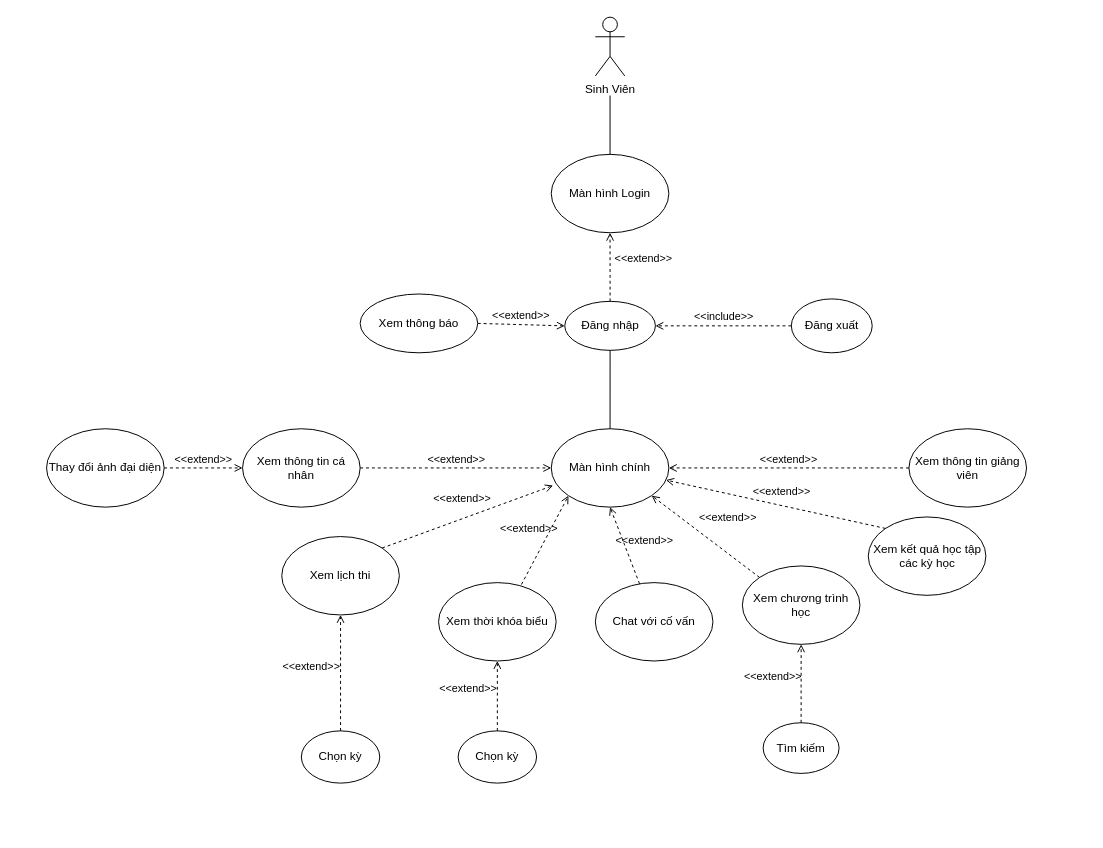
Earlier version of the draw.io diagram page "Use case student" (7 of 9) of Untitled Diagram.drawio (NguyenThao1912/PTTKHTpicture). Source tidied: cells renumbered, new cells numbered last; positions are measured from the earlier drawing's top-left corner, leaving out a move shared by most shapes. Both pictures are drawn from the tidied source at 98%, with x=0, y=0 at pixel (46, 17).
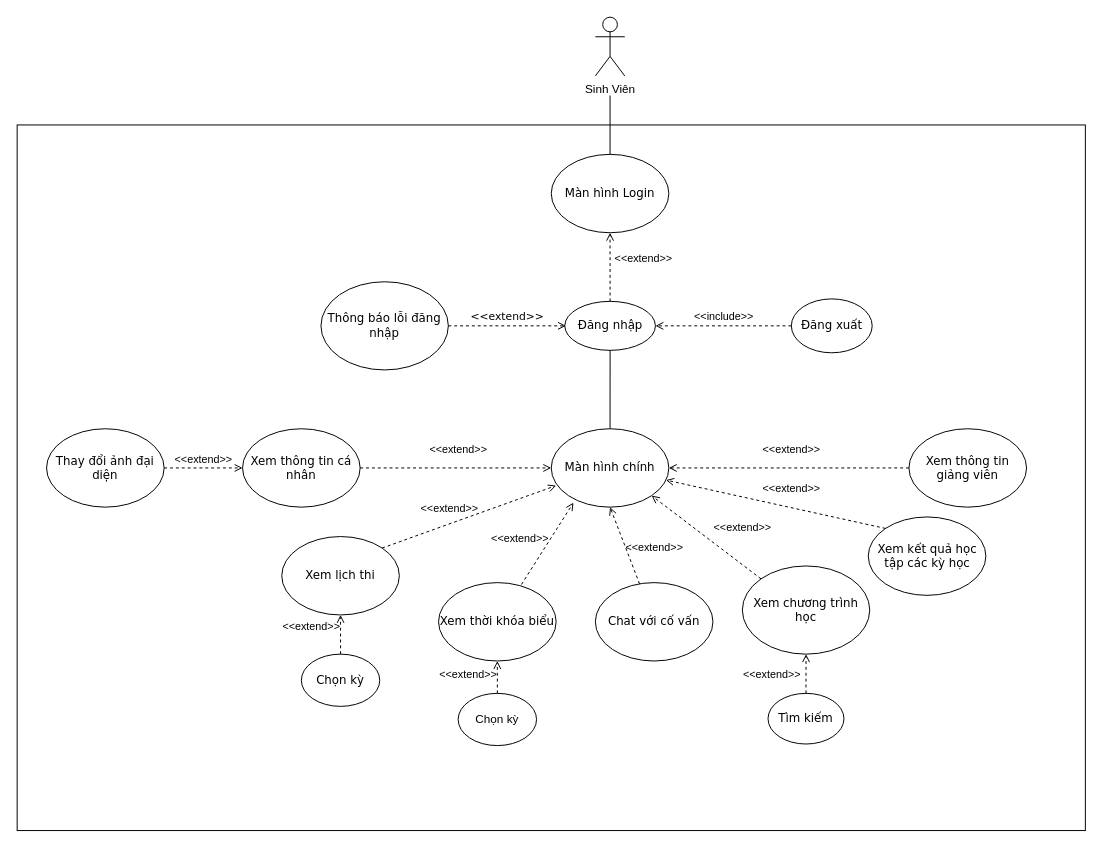
The same page after the edit.

Diff of the diagram source:
```diff
@@
+    <mxCell id="35" style="rounded=0;whiteSpace=wrap;html=1;fontFamily=Verdana;" parent="1" vertex="1">
+      <mxGeometry x="-30" y="110" width="1090" height="720" as="geometry" />
+    </mxCell>
@@
-    <mxCell id="3" value="Đăng nhập" style="ellipse;whiteSpace=wrap;html=1;" parent="1" vertex="1">
+    <mxCell id="3" value="Đăng nhập" style="ellipse;whiteSpace=wrap;html=1;fontFamily=Verdana;" parent="1" vertex="1">
       <mxGeometry x="528.8" y="290" width="92.5" height="50" as="geometry" />
     </mxCell>
-    <mxCell id="4" value="Màn hình Login" style="ellipse;whiteSpace=wrap;html=1;" parent="1" vertex="1">
+    <mxCell id="4" value="Màn hình Login" style="ellipse;whiteSpace=wrap;html=1;fontFamily=Verdana;" parent="1" vertex="1">
       <mxGeometry x="515" y="140" width="120" height="80" as="geometry" />
     </mxCell>
@@
-    <mxCell id="6" value="Đăng xuất" style="ellipse;whiteSpace=wrap;html=1;" parent="1" vertex="1">
+    <mxCell id="6" value="Đăng xuất" style="ellipse;whiteSpace=wrap;html=1;fontFamily=Verdana;" parent="1" vertex="1">
       <mxGeometry x="760" y="287.5" width="82.5" height="55" as="geometry" />
     </mxCell>
-    <mxCell id="7" value="Xem thông báo" style="ellipse;whiteSpace=wrap;html=1;" parent="1" vertex="1">
-      <mxGeometry x="320" y="282.5" width="120" height="60" as="geometry" />
-    </mxCell>
@@
-    <mxCell id="9" value="&amp;lt;&amp;lt;extend&amp;gt;&amp;gt;" style="html=1;verticalAlign=bottom;labelBackgroundColor=none;endArrow=open;endFill=0;dashed=1;exitX=1;exitY=0.5;exitDx=0;exitDy=0;entryX=0;entryY=0.5;entryDx=0;entryDy=0;" parent="1" edge="1" source="7" target="3">
-      <mxGeometry relative="1" as="geometry" />
-    </mxCell>
-    <mxCell id="10" value="Màn hình chính" style="ellipse;whiteSpace=wrap;html=1;" parent="1" vertex="1">
+    <mxCell id="10" value="Màn hình chính" style="ellipse;whiteSpace=wrap;html=1;fontFamily=Verdana;" parent="1" vertex="1">
       <mxGeometry x="515" y="420" width="120" height="80" as="geometry" />
     </mxCell>
-    <mxCell id="11" value="Xem lịch thi" style="ellipse;whiteSpace=wrap;html=1;" parent="1" vertex="1">
+    <mxCell id="11" value="Xem lịch thi" style="ellipse;whiteSpace=wrap;html=1;fontFamily=Verdana;" parent="1" vertex="1">
       <mxGeometry x="240" y="530" width="120" height="80" as="geometry" />
     </mxCell>
-    <mxCell id="12" value="Xem thời khóa biểu" style="ellipse;whiteSpace=wrap;html=1;" parent="1" vertex="1">
+    <mxCell id="12" value="Xem thời khóa biểu" style="ellipse;whiteSpace=wrap;html=1;fontFamily=Verdana;" parent="1" vertex="1">
       <mxGeometry x="400" y="577" width="120" height="80" as="geometry" />
     </mxCell>
-    <mxCell id="13" value="Xem kết quả học tập các kỳ học" style="ellipse;whiteSpace=wrap;html=1;" parent="1" vertex="1">
+    <mxCell id="13" value="Xem kết quả học tập các kỳ học" style="ellipse;whiteSpace=wrap;html=1;fontFamily=Verdana;" parent="1" vertex="1">
       <mxGeometry x="838.5" y="510" width="120" height="80" as="geometry" />
     </mxCell>
-    <mxCell id="14" value="Xem chương trình học" style="ellipse;whiteSpace=wrap;html=1;" parent="1" vertex="1">
-      <mxGeometry x="710" y="560" width="120" height="80" as="geometry" />
+    <mxCell id="14" value="&lt;font face=&quot;Verdana&quot;&gt;Xem chương trình học&lt;/font&gt;" style="ellipse;whiteSpace=wrap;html=1;" parent="1" vertex="1">
+      <mxGeometry x="710" y="560" width="130" height="90" as="geometry" />
     </mxCell>
-    <mxCell id="15" value="Chat với cố vấn" style="ellipse;whiteSpace=wrap;html=1;" parent="1" vertex="1">
+    <mxCell id="15" value="Chat với cố vấn" style="ellipse;whiteSpace=wrap;html=1;fontFamily=Verdana;" parent="1" vertex="1">
       <mxGeometry x="560" y="577" width="120" height="80" as="geometry" />
     </mxCell>
-    <mxCell id="16" value="&amp;lt;&amp;lt;extend&amp;gt;&amp;gt;" style="html=1;verticalAlign=bottom;labelBackgroundColor=none;endArrow=open;endFill=0;dashed=1;exitX=1;exitY=0;exitDx=0;exitDy=0;entryX=0.016;entryY=0.724;entryDx=0;entryDy=0;entryPerimeter=0;" parent="1" edge="1" source="11" target="10">
-      <mxGeometry x="-0.02" y="11" relative="1" as="geometry" />
+    <mxCell id="16" value="&amp;lt;&amp;lt;extend&amp;gt;&amp;gt;" style="html=1;verticalAlign=bottom;labelBackgroundColor=none;endArrow=open;endFill=0;dashed=1;exitX=1;exitY=0;exitDx=0;exitDy=0;" parent="1" edge="1" source="11">
+      <mxGeometry x="-0.2" y="7" relative="1" as="geometry">
+        <mxPoint x="520" y="478" as="targetPoint" />
+      </mxGeometry>
     </mxCell>
-    <mxCell id="17" value="&amp;lt;&amp;lt;extend&amp;gt;&amp;gt;" style="html=1;verticalAlign=bottom;labelBackgroundColor=none;endArrow=open;endFill=0;dashed=1;exitX=0.705;exitY=0.024;exitDx=0;exitDy=0;entryX=0;entryY=1;entryDx=0;entryDy=0;exitPerimeter=0;" parent="1" edge="1" source="12" target="10">
-      <mxGeometry x="-0.11" y="16" relative="1" as="geometry" />
+    <mxCell id="17" value="&amp;lt;&amp;lt;extend&amp;gt;&amp;gt;" style="html=1;verticalAlign=bottom;labelBackgroundColor=none;endArrow=open;endFill=0;dashed=1;exitX=0.705;exitY=0.024;exitDx=0;exitDy=0;entryX=0.189;entryY=0.942;entryDx=0;entryDy=0;exitPerimeter=0;entryPerimeter=0;" parent="1" edge="1" source="12" target="10">
+      <mxGeometry x="-0.37" y="22" relative="1" as="geometry" />
     </mxCell>
     <mxCell id="18" value="&amp;lt;&amp;lt;extend&amp;gt;&amp;gt;" style="html=1;verticalAlign=bottom;labelBackgroundColor=none;endArrow=open;endFill=0;dashed=1;entryX=0.5;entryY=1;entryDx=0;entryDy=0;" parent="1" edge="1" source="15" target="10">
-      <mxGeometry x="-0.28" y="-17" relative="1" as="geometry">
-        <mxPoint y="-1" as="offset" />
-      </mxGeometry>
+      <mxGeometry x="-0.5" y="-24" relative="1" as="geometry" />
     </mxCell>
     <mxCell id="19" value="&amp;lt;&amp;lt;extend&amp;gt;&amp;gt;" style="html=1;verticalAlign=bottom;labelBackgroundColor=none;endArrow=open;endFill=0;dashed=1;exitX=0;exitY=0;exitDx=0;exitDy=0;entryX=1;entryY=1;entryDx=0;entryDy=0;" parent="1" edge="1" source="14" target="10">
-      <mxGeometry x="-0.16" y="-22" relative="1" as="geometry">
-        <mxPoint y="1" as="offset" />
-      </mxGeometry>
+      <mxGeometry x="-0.41" y="-23" relative="1" as="geometry" />
     </mxCell>
     <mxCell id="20" value="&amp;lt;&amp;lt;extend&amp;gt;&amp;gt;" style="html=1;verticalAlign=bottom;labelBackgroundColor=none;endArrow=open;endFill=0;dashed=1;exitX=0;exitY=0;exitDx=0;exitDy=0;" parent="1" edge="1" source="13" target="10">
-      <mxGeometry x="-0.05" y="-5" relative="1" as="geometry">
-        <mxPoint x="-1" as="offset" />
-      </mxGeometry>
+      <mxGeometry x="-0.12" y="-10" relative="1" as="geometry" />
     </mxCell>
-    <mxCell id="21" value="Xem thông tin cá nhân" style="ellipse;whiteSpace=wrap;html=1;" parent="1" vertex="1">
+    <mxCell id="21" value="Xem thông tin cá nhân" style="ellipse;whiteSpace=wrap;html=1;fontFamily=Verdana;" parent="1" vertex="1">
       <mxGeometry x="200" y="420" width="120" height="80" as="geometry" />
     </mxCell>
-    <mxCell id="22" value="Xem thông tin giảng viên" style="ellipse;whiteSpace=wrap;html=1;" parent="1" vertex="1">
+    <mxCell id="22" value="Xem thông tin giảng viên" style="ellipse;whiteSpace=wrap;html=1;fontFamily=Verdana;" parent="1" vertex="1">
       <mxGeometry x="880" y="420" width="120" height="80" as="geometry" />
     </mxCell>
     <mxCell id="23" value="&amp;lt;&amp;lt;extend&amp;gt;&amp;gt;" style="html=1;verticalAlign=bottom;labelBackgroundColor=none;endArrow=open;endFill=0;dashed=1;" parent="1" edge="1" source="22" target="10">
-      <mxGeometry relative="1" as="geometry" />
+      <mxGeometry x="-0.02" y="-10" relative="1" as="geometry" />
     </mxCell>
     <mxCell id="24" value="&amp;lt;&amp;lt;extend&amp;gt;&amp;gt;" style="html=1;verticalAlign=bottom;labelBackgroundColor=none;endArrow=open;endFill=0;dashed=1;exitX=1;exitY=0.5;exitDx=0;exitDy=0;entryX=0;entryY=0.5;entryDx=0;entryDy=0;" parent="1" edge="1" source="21" target="10">
-      <mxGeometry relative="1" as="geometry" />
+      <mxGeometry x="0.03" y="10" relative="1" as="geometry" />
     </mxCell>
     <mxCell id="25" value="Chọn kỳ" style="ellipse;whiteSpace=wrap;html=1;" parent="1" vertex="1">
-      <mxGeometry x="420" y="728.3" width="80" height="53.3" as="geometry" />
+      <mxGeometry x="420" y="690" width="80" height="53.3" as="geometry" />
     </mxCell>
     <mxCell id="26" value="&amp;lt;&amp;lt;extend&amp;gt;&amp;gt;" style="html=1;verticalAlign=bottom;labelBackgroundColor=none;endArrow=open;endFill=0;dashed=1;exitX=0.5;exitY=0;exitDx=0;exitDy=0;entryX=0.5;entryY=1;entryDx=0;entryDy=0;" parent="1" edge="1" source="25" target="12">
-      <mxGeometry x="-0.04" y="30" relative="1" as="geometry" />
+      <mxGeometry x="-0.39" y="30" relative="1" as="geometry" />
     </mxCell>
-    <mxCell id="27" value="Tìm kiếm" style="ellipse;whiteSpace=wrap;html=1;" parent="1" vertex="1">
-      <mxGeometry x="731.2" y="720" width="77.5" height="51.7" as="geometry" />
+    <mxCell id="27" value="Tìm kiếm" style="ellipse;whiteSpace=wrap;html=1;fontFamily=Verdana;" parent="1" vertex="1">
+      <mxGeometry x="736.2" y="690" width="77.5" height="51.7" as="geometry" />
     </mxCell>
     <mxCell id="28" value="&amp;lt;&amp;lt;extend&amp;gt;&amp;gt;" style="html=1;verticalAlign=bottom;labelBackgroundColor=none;endArrow=open;endFill=0;dashed=1;exitX=0.5;exitY=0;exitDx=0;exitDy=0;entryX=0.5;entryY=1;entryDx=0;entryDy=0;" parent="1" edge="1" source="27" target="14">
-      <mxGeometry x="-0.04" y="29" relative="1" as="geometry" />
+      <mxGeometry x="-0.5" y="35" relative="1" as="geometry" />
     </mxCell>
-    <mxCell id="29" value="Thay đổi ảnh đại diện" style="ellipse;whiteSpace=wrap;html=1;" parent="1" vertex="1">
+    <mxCell id="29" value="Thay đổi ảnh đại diện" style="ellipse;whiteSpace=wrap;html=1;fontFamily=Verdana;" parent="1" vertex="1">
       <mxGeometry y="420" width="120" height="80" as="geometry" />
     </mxCell>
@@
-    <mxCell id="32" value="Chọn kỳ" style="ellipse;whiteSpace=wrap;html=1;" parent="1" vertex="1">
-      <mxGeometry x="260" y="728.3" width="80" height="53.3" as="geometry" />
+    <mxCell id="32" value="Chọn kỳ" style="ellipse;whiteSpace=wrap;html=1;fontFamily=Verdana;" parent="1" vertex="1">
+      <mxGeometry x="260" y="650" width="80" height="53.3" as="geometry" />
     </mxCell>
@@
+    <mxCell id="36" value="Thông báo lỗi đăng nhập" style="ellipse;whiteSpace=wrap;html=1;fontFamily=Verdana;" parent="1" vertex="1">
+      <mxGeometry x="280" y="270" width="130" height="90" as="geometry" />
+    </mxCell>
+    <mxCell id="9" value="&amp;lt;&amp;lt;extend&amp;gt;&amp;gt;" style="html=1;verticalAlign=bottom;labelBackgroundColor=none;endArrow=open;endFill=0;dashed=1;fontFamily=Verdana;exitX=1;exitY=0.5;exitDx=0;exitDy=0;" parent="1" edge="1" source="36">
+      <mxGeometry relative="1" as="geometry">
+        <mxPoint x="530" y="315" as="targetPoint" />
+      </mxGeometry>
+    </mxCell>
```
